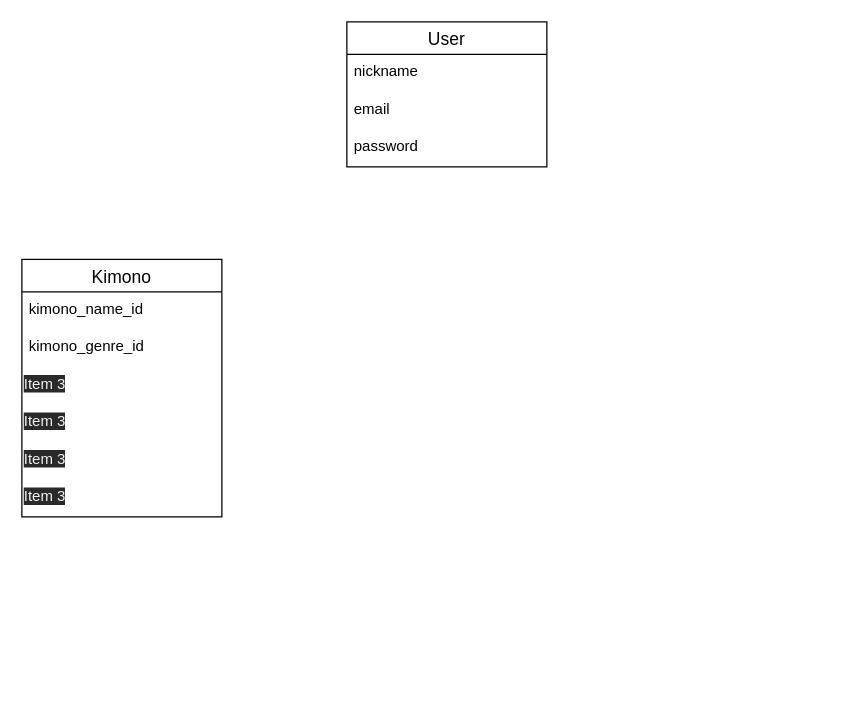
The draw.io diagram kimono.dio in tumugi-koume/kimono-31114, before the edit. Source tidied: cells renumbered, new cells numbered last; positions are measured from the earlier drawing's top-left corner, leaving out a move shared by most shapes. Both pictures are drawn from the tidied source at 125%, with x=0, y=0 at pixel (21, 21).
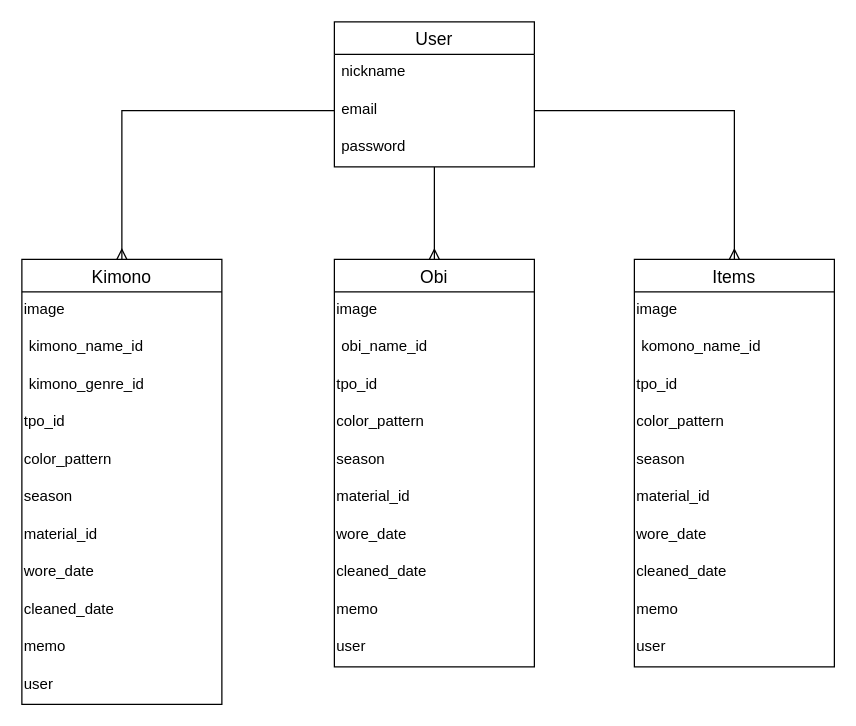
Above is the later version.

Commit message (it also covers changes not shown here):
users、kimonosテーブルの設計図を記述

Diff of the diagram source:
```diff
@@
-    <mxCell id="2" value="User" style="swimlane;fontStyle=0;horizontal=1;startSize=26;align=center;fontSize=14;" parent="1" vertex="1">
-      <mxGeometry x="260" width="160" height="116" as="geometry" />
-    </mxCell>
-    <mxCell id="3" value="nickname" style="text;strokeColor=none;fillColor=none;spacingLeft=4;spacingRight=4;overflow=hidden;fontSize=12;" parent="2" vertex="1">
-      <mxGeometry y="26" width="160" height="30" as="geometry" />
-    </mxCell>
-    <mxCell id="4" value="email" style="text;strokeColor=none;fillColor=none;spacingLeft=4;spacingRight=4;overflow=hidden;points=[[0,0.5],[1,0.5]];portConstraint=eastwest;fontSize=12;" parent="2" vertex="1">
-      <mxGeometry y="56" width="160" height="30" as="geometry" />
-    </mxCell>
-    <mxCell id="5" value="password" style="text;strokeColor=none;fillColor=none;spacingLeft=4;spacingRight=4;overflow=hidden;fontSize=12;" parent="2" vertex="1">
-      <mxGeometry y="86" width="160" height="30" as="geometry" />
-    </mxCell>
     <mxCell id="6" value="Kimono" style="swimlane;fontStyle=0;horizontal=1;startSize=26;align=center;fontSize=14;" parent="1" vertex="1">
-      <mxGeometry y="190" width="160" height="206" as="geometry" />
+      <mxGeometry y="190" width="160" height="356" as="geometry" />
     </mxCell>
+    <mxCell id="13" value="&lt;font face=&quot;helvetica&quot;&gt;image&lt;/font&gt;" style="text;whiteSpace=wrap;html=1;" parent="6" vertex="1">
+      <mxGeometry y="26" width="160" height="30" as="geometry" />
+    </mxCell>
     <mxCell id="7" value="kimono_name_id" style="text;strokeColor=none;fillColor=none;spacingLeft=4;spacingRight=4;overflow=hidden;fontSize=12;" parent="6" vertex="1">
-      <mxGeometry y="26" width="160" height="30" as="geometry" />
+      <mxGeometry y="56" width="160" height="30" as="geometry" />
     </mxCell>
     <mxCell id="8" value="kimono_genre_id" style="text;strokeColor=none;fillColor=none;spacingLeft=4;spacingRight=4;overflow=hidden;fontSize=12;" parent="6" vertex="1">
-      <mxGeometry y="56" width="160" height="30" as="geometry" />
+      <mxGeometry y="86" width="160" height="30" as="geometry" />
     </mxCell>
-    <mxCell id="9" value="&lt;span style=&quot;color: rgb(240, 240, 240); font-family: helvetica; font-size: 12px; font-style: normal; font-weight: 400; letter-spacing: normal; text-align: left; text-indent: 0px; text-transform: none; word-spacing: 0px; background-color: rgb(42, 42, 42); display: inline; float: none;&quot;&gt;Item 3&lt;/span&gt;" style="text;whiteSpace=wrap;html=1;" parent="6" vertex="1">
-      <mxGeometry y="86" width="160" height="30" as="geometry" />
+    <mxCell id="9" value="&lt;font face=&quot;helvetica&quot;&gt;tpo_id&lt;/font&gt;" style="text;whiteSpace=wrap;html=1;" parent="6" vertex="1">
+      <mxGeometry y="116" width="160" height="30" as="geometry" />
     </mxCell>
-    <mxCell id="10" value="&lt;span style=&quot;color: rgb(240, 240, 240); font-family: helvetica; font-size: 12px; font-style: normal; font-weight: 400; letter-spacing: normal; text-align: left; text-indent: 0px; text-transform: none; word-spacing: 0px; background-color: rgb(42, 42, 42); display: inline; float: none;&quot;&gt;Item 3&lt;/span&gt;" style="text;whiteSpace=wrap;html=1;" parent="6" vertex="1">
-      <mxGeometry y="116" width="160" height="30" as="geometry" />
+    <mxCell id="10" value="&lt;font face=&quot;helvetica&quot;&gt;color_pattern&lt;/font&gt;" style="text;whiteSpace=wrap;html=1;" parent="6" vertex="1">
+      <mxGeometry y="146" width="160" height="30" as="geometry" />
     </mxCell>
-    <mxCell id="11" value="&lt;span style=&quot;color: rgb(240, 240, 240); font-family: helvetica; font-size: 12px; font-style: normal; font-weight: 400; letter-spacing: normal; text-align: left; text-indent: 0px; text-transform: none; word-spacing: 0px; background-color: rgb(42, 42, 42); display: inline; float: none;&quot;&gt;Item 3&lt;/span&gt;" style="text;whiteSpace=wrap;html=1;" parent="6" vertex="1">
-      <mxGeometry y="146" width="160" height="30" as="geometry" />
+    <mxCell id="11" value="&lt;font face=&quot;helvetica&quot;&gt;season&lt;/font&gt;" style="text;whiteSpace=wrap;html=1;" parent="6" vertex="1">
+      <mxGeometry y="176" width="160" height="30" as="geometry" />
     </mxCell>
-    <mxCell id="12" value="&lt;span style=&quot;color: rgb(240, 240, 240); font-family: helvetica; font-size: 12px; font-style: normal; font-weight: 400; letter-spacing: normal; text-align: left; text-indent: 0px; text-transform: none; word-spacing: 0px; background-color: rgb(42, 42, 42); display: inline; float: none;&quot;&gt;Item 3&lt;/span&gt;" style="text;whiteSpace=wrap;html=1;" parent="6" vertex="1">
-      <mxGeometry y="176" width="160" height="30" as="geometry" />
+    <mxCell id="12" value="&lt;font face=&quot;helvetica&quot;&gt;material_id&lt;/font&gt;" style="text;whiteSpace=wrap;html=1;" parent="6" vertex="1">
+      <mxGeometry y="206" width="160" height="30" as="geometry" />
     </mxCell>
+    <mxCell id="14" value="&lt;font face=&quot;helvetica&quot;&gt;wore_date&lt;/font&gt;" style="text;whiteSpace=wrap;html=1;" parent="6" vertex="1">
+      <mxGeometry y="236" width="160" height="30" as="geometry" />
+    </mxCell>
+    <mxCell id="15" value="&lt;font face=&quot;helvetica&quot;&gt;cleaned_date&lt;/font&gt;" style="text;whiteSpace=wrap;html=1;" parent="6" vertex="1">
+      <mxGeometry y="266" width="160" height="30" as="geometry" />
+    </mxCell>
+    <mxCell id="16" value="&lt;font face=&quot;helvetica&quot;&gt;memo&lt;/font&gt;" style="text;whiteSpace=wrap;html=1;" parent="6" vertex="1">
+      <mxGeometry y="296" width="160" height="30" as="geometry" />
+    </mxCell>
+    <mxCell id="17" value="&lt;font face=&quot;helvetica&quot;&gt;user&lt;/font&gt;" style="text;whiteSpace=wrap;html=1;" parent="6" vertex="1">
+      <mxGeometry y="326" width="160" height="30" as="geometry" />
+    </mxCell>
+    <mxCell id="18" value="Obi" style="swimlane;fontStyle=0;horizontal=1;startSize=26;align=center;fontSize=14;" parent="1" vertex="1">
+      <mxGeometry x="250" y="190" width="160" height="326" as="geometry" />
+    </mxCell>
+    <mxCell id="19" value="&lt;font face=&quot;helvetica&quot;&gt;image&lt;/font&gt;" style="text;whiteSpace=wrap;html=1;" parent="18" vertex="1">
+      <mxGeometry y="26" width="160" height="30" as="geometry" />
+    </mxCell>
+    <mxCell id="20" value="obi_name_id" style="text;strokeColor=none;fillColor=none;spacingLeft=4;spacingRight=4;overflow=hidden;fontSize=12;" parent="18" vertex="1">
+      <mxGeometry y="56" width="160" height="30" as="geometry" />
+    </mxCell>
+    <mxCell id="21" value="&lt;font face=&quot;helvetica&quot;&gt;tpo_id&lt;/font&gt;" style="text;whiteSpace=wrap;html=1;" parent="18" vertex="1">
+      <mxGeometry y="86" width="160" height="30" as="geometry" />
+    </mxCell>
+    <mxCell id="22" value="&lt;font face=&quot;helvetica&quot;&gt;color_pattern&lt;/font&gt;" style="text;whiteSpace=wrap;html=1;" parent="18" vertex="1">
+      <mxGeometry y="116" width="160" height="30" as="geometry" />
+    </mxCell>
+    <mxCell id="23" value="&lt;font face=&quot;helvetica&quot;&gt;season&lt;/font&gt;" style="text;whiteSpace=wrap;html=1;" parent="18" vertex="1">
+      <mxGeometry y="146" width="160" height="30" as="geometry" />
+    </mxCell>
+    <mxCell id="24" value="&lt;font face=&quot;helvetica&quot;&gt;material_id&lt;/font&gt;" style="text;whiteSpace=wrap;html=1;" parent="18" vertex="1">
+      <mxGeometry y="176" width="160" height="30" as="geometry" />
+    </mxCell>
+    <mxCell id="25" value="&lt;font face=&quot;helvetica&quot;&gt;wore_date&lt;/font&gt;" style="text;whiteSpace=wrap;html=1;" parent="18" vertex="1">
+      <mxGeometry y="206" width="160" height="30" as="geometry" />
+    </mxCell>
+    <mxCell id="26" value="&lt;font face=&quot;helvetica&quot;&gt;cleaned_date&lt;/font&gt;" style="text;whiteSpace=wrap;html=1;" parent="18" vertex="1">
+      <mxGeometry y="236" width="160" height="30" as="geometry" />
+    </mxCell>
+    <mxCell id="27" value="&lt;font face=&quot;helvetica&quot;&gt;memo&lt;/font&gt;" style="text;whiteSpace=wrap;html=1;" parent="18" vertex="1">
+      <mxGeometry y="266" width="160" height="30" as="geometry" />
+    </mxCell>
+    <mxCell id="28" value="&lt;font face=&quot;helvetica&quot;&gt;user&lt;/font&gt;" style="text;whiteSpace=wrap;html=1;" parent="18" vertex="1">
+      <mxGeometry y="296" width="160" height="30" as="geometry" />
+    </mxCell>
+    <mxCell id="29" value="Items" style="swimlane;fontStyle=0;horizontal=1;startSize=26;align=center;fontSize=14;" parent="1" vertex="1">
+      <mxGeometry x="490" y="190" width="160" height="326" as="geometry" />
+    </mxCell>
+    <mxCell id="30" value="&lt;font face=&quot;helvetica&quot;&gt;image&lt;/font&gt;" style="text;whiteSpace=wrap;html=1;" parent="29" vertex="1">
+      <mxGeometry y="26" width="160" height="30" as="geometry" />
+    </mxCell>
+    <mxCell id="31" value="komono_name_id" style="text;strokeColor=none;fillColor=none;spacingLeft=4;spacingRight=4;overflow=hidden;fontSize=12;" parent="29" vertex="1">
+      <mxGeometry y="56" width="160" height="30" as="geometry" />
+    </mxCell>
+    <mxCell id="32" value="&lt;font face=&quot;helvetica&quot;&gt;tpo_id&lt;/font&gt;" style="text;whiteSpace=wrap;html=1;" parent="29" vertex="1">
+      <mxGeometry y="86" width="160" height="30" as="geometry" />
+    </mxCell>
+    <mxCell id="33" value="&lt;font face=&quot;helvetica&quot;&gt;color_pattern&lt;/font&gt;" style="text;whiteSpace=wrap;html=1;" parent="29" vertex="1">
+      <mxGeometry y="116" width="160" height="30" as="geometry" />
+    </mxCell>
+    <mxCell id="34" value="&lt;font face=&quot;helvetica&quot;&gt;season&lt;/font&gt;" style="text;whiteSpace=wrap;html=1;" parent="29" vertex="1">
+      <mxGeometry y="146" width="160" height="30" as="geometry" />
+    </mxCell>
+    <mxCell id="35" value="&lt;font face=&quot;helvetica&quot;&gt;material_id&lt;/font&gt;" style="text;whiteSpace=wrap;html=1;" parent="29" vertex="1">
+      <mxGeometry y="176" width="160" height="30" as="geometry" />
+    </mxCell>
+    <mxCell id="36" value="&lt;font face=&quot;helvetica&quot;&gt;wore_date&lt;/font&gt;" style="text;whiteSpace=wrap;html=1;" parent="29" vertex="1">
+      <mxGeometry y="206" width="160" height="30" as="geometry" />
+    </mxCell>
+    <mxCell id="37" value="&lt;font face=&quot;helvetica&quot;&gt;cleaned_date&lt;/font&gt;" style="text;whiteSpace=wrap;html=1;" parent="29" vertex="1">
+      <mxGeometry y="236" width="160" height="30" as="geometry" />
+    </mxCell>
+    <mxCell id="38" value="&lt;font face=&quot;helvetica&quot;&gt;memo&lt;/font&gt;" style="text;whiteSpace=wrap;html=1;" parent="29" vertex="1">
+      <mxGeometry y="266" width="160" height="30" as="geometry" />
+    </mxCell>
+    <mxCell id="39" value="&lt;font face=&quot;helvetica&quot;&gt;user&lt;/font&gt;" style="text;whiteSpace=wrap;html=1;" parent="29" vertex="1">
+      <mxGeometry y="296" width="160" height="30" as="geometry" />
+    </mxCell>
+    <mxCell id="40" style="edgeStyle=orthogonalEdgeStyle;rounded=0;jettySize=auto;html=1;entryX=0.5;entryY=0;entryDx=0;entryDy=0;endArrow=ERmany;endFill=0;" parent="1" edge="1" source="2" target="18">
+      <mxGeometry relative="1" as="geometry" />
+    </mxCell>
+    <mxCell id="2" value="User" style="swimlane;fontStyle=0;horizontal=1;startSize=26;align=center;fontSize=14;" parent="1" vertex="1">
+      <mxGeometry x="250" width="160" height="116" as="geometry" />
+    </mxCell>
+    <mxCell id="3" value="nickname" style="text;strokeColor=none;fillColor=none;spacingLeft=4;spacingRight=4;overflow=hidden;fontSize=12;" parent="2" vertex="1">
+      <mxGeometry y="26" width="160" height="30" as="geometry" />
+    </mxCell>
+    <mxCell id="4" value="email" style="text;strokeColor=none;fillColor=none;spacingLeft=4;spacingRight=4;overflow=hidden;points=[[0,0.5],[1,0.5]];portConstraint=eastwest;fontSize=12;" parent="2" vertex="1">
+      <mxGeometry y="56" width="160" height="30" as="geometry" />
+    </mxCell>
+    <mxCell id="5" value="password" style="text;strokeColor=none;fillColor=none;spacingLeft=4;spacingRight=4;overflow=hidden;fontSize=12;" parent="2" vertex="1">
+      <mxGeometry y="86" width="160" height="30" as="geometry" />
+    </mxCell>
+    <mxCell id="41" style="edgeStyle=orthogonalEdgeStyle;rounded=0;jettySize=auto;html=1;exitX=0;exitY=0.5;exitDx=0;exitDy=0;endArrow=ERmany;endFill=0;entryX=0.5;entryY=0;entryDx=0;entryDy=0;" parent="1" edge="1" source="4" target="6">
+      <mxGeometry relative="1" as="geometry" />
+    </mxCell>
+    <mxCell id="42" style="edgeStyle=orthogonalEdgeStyle;rounded=0;jettySize=auto;html=1;exitX=1;exitY=0.5;exitDx=0;exitDy=0;endArrow=ERmany;endFill=0;" parent="1" edge="1" source="4" target="29">
+      <mxGeometry relative="1" as="geometry" />
+    </mxCell>
```
